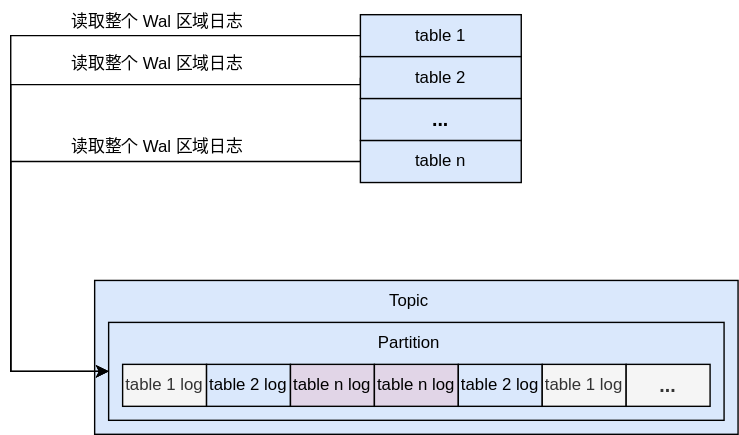
Earlier version of the draw.io export kafkawal.drawio.svg (Rachelint/drawio-store). Source tidied: cells renumbered, new cells last; positions are measured from the earlier drawing's top-left corner, leaving out a move shared by most shapes.
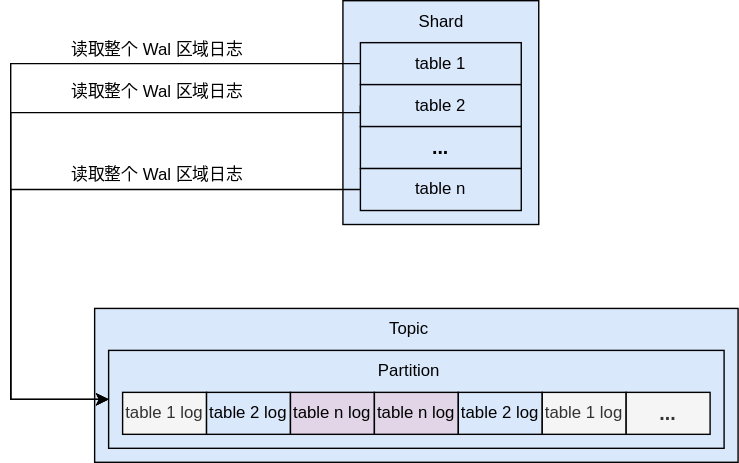
The same file after the commit.

Diff of the diagram source:
```diff
@@ -2,6 +2,9 @@
   <root>
     <mxCell id="0" />
     <mxCell id="1" parent="0" />
+    <mxCell id="23" style="rounded=0;whiteSpace=wrap;html=1;fillColor=#dae8fc;strokeColor=#000000;" parent="1" vertex="1">
+      <mxGeometry x="237.5" y="-20" width="140" height="160" as="geometry" />
+    </mxCell>
     <mxCell id="2" style="rounded=0;whiteSpace=wrap;html=1;fillColor=#dae8fc;strokeColor=#000000;" parent="1" vertex="1">
       <mxGeometry x="60" y="200" width="460" height="110" as="geometry" />
     </mxCell>
@@ -69,7 +72,7 @@
     <mxCell id="20" value="&lt;font style=&quot;font-size: 14px;&quot;&gt;&lt;b&gt;...&lt;/b&gt;&lt;/font&gt;" style="rounded=0;whiteSpace=wrap;html=1;fillColor=#dae8fc;strokeColor=#000000;" parent="1" vertex="1">
       <mxGeometry x="250" y="70" width="115" height="30" as="geometry" />
     </mxCell>
-    <mxCell id="21" style="edgeStyle=orthogonalEdgeStyle;rounded=0;jettySize=auto;html=1;exitX=0;exitY=0.5;exitDx=0;exitDy=0;entryX=0;entryY=0.5;entryDx=0;entryDy=0;" parent="1" edge="1" source="22" target="3">
+    <mxCell id="21" style="edgeStyle=orthogonalEdgeStyle;rounded=0;jettySize=auto;html=1;exitX=0;exitY=0.5;exitDx=0;exitDy=0;entryX=0;entryY=0.5;entryDx=0;entryDy=0;strokeColor=#000000;" parent="1" edge="1" source="22" target="3">
       <mxGeometry relative="1" as="geometry">
         <Array as="points">
           <mxPoint y="115" />
@@ -80,5 +83,8 @@
     <mxCell id="22" value="table n" style="rounded=0;whiteSpace=wrap;html=1;fillColor=#dae8fc;strokeColor=#000000;" parent="1" vertex="1">
       <mxGeometry x="250" y="100" width="115" height="30" as="geometry" />
     </mxCell>
+    <mxCell id="24" value="Shard" style="text;html=1;strokeColor=none;fillColor=none;align=center;verticalAlign=middle;whiteSpace=wrap;rounded=0;" parent="1" vertex="1">
+      <mxGeometry x="278" y="-20" width="60" height="30" as="geometry" />
+    </mxCell>
   </root>
 </mxGraphModel>
```
